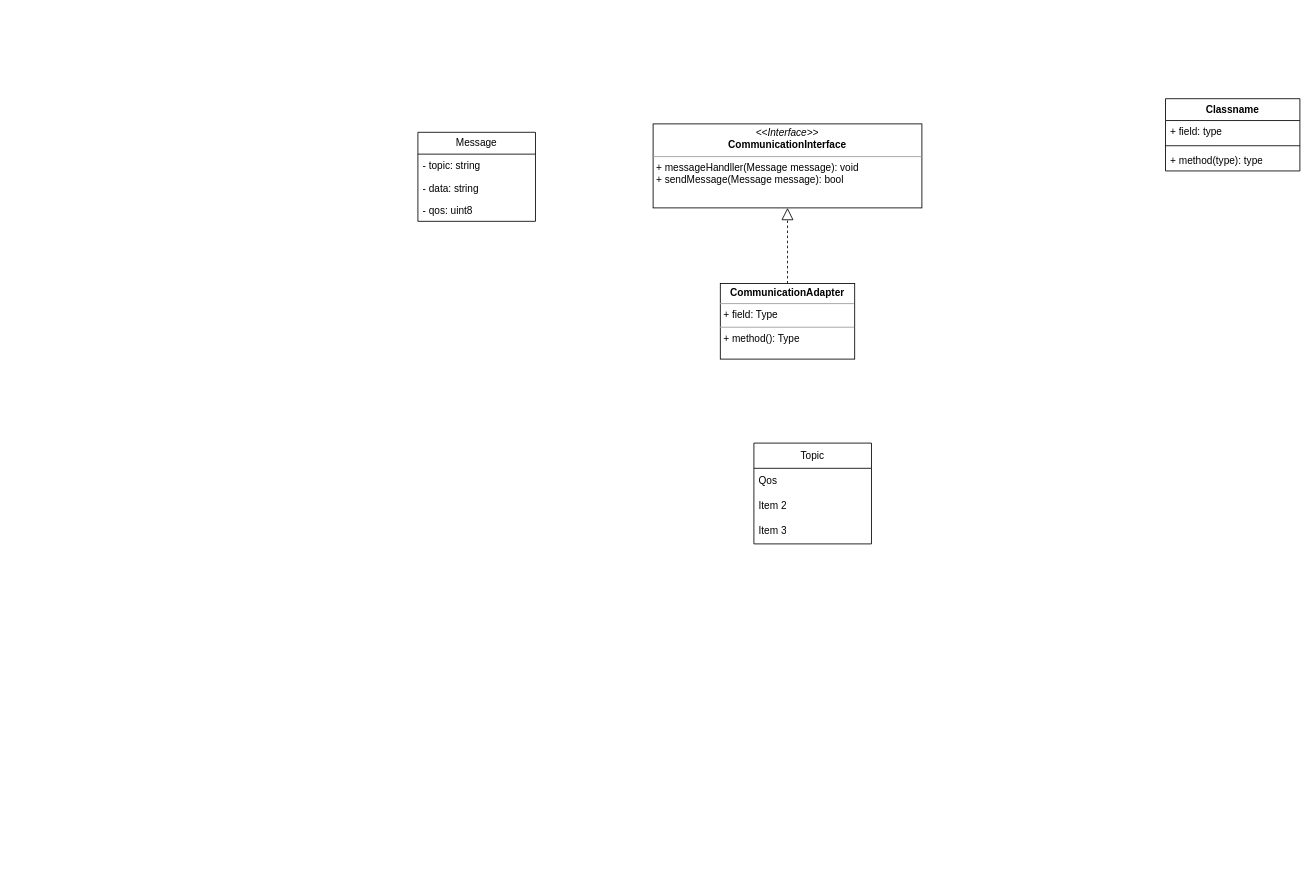
This is doc/communication.drawio from Diam2023/IOTServer, a draw.io file, before an edit. Source tidied: cells renumbered, new cells numbered last; positions are measured from the earlier drawing's top-left corner, leaving out a move shared by most shapes. Both pictures are drawn from the tidied source at 84%, with x=0, y=0 at pixel (417, 98).
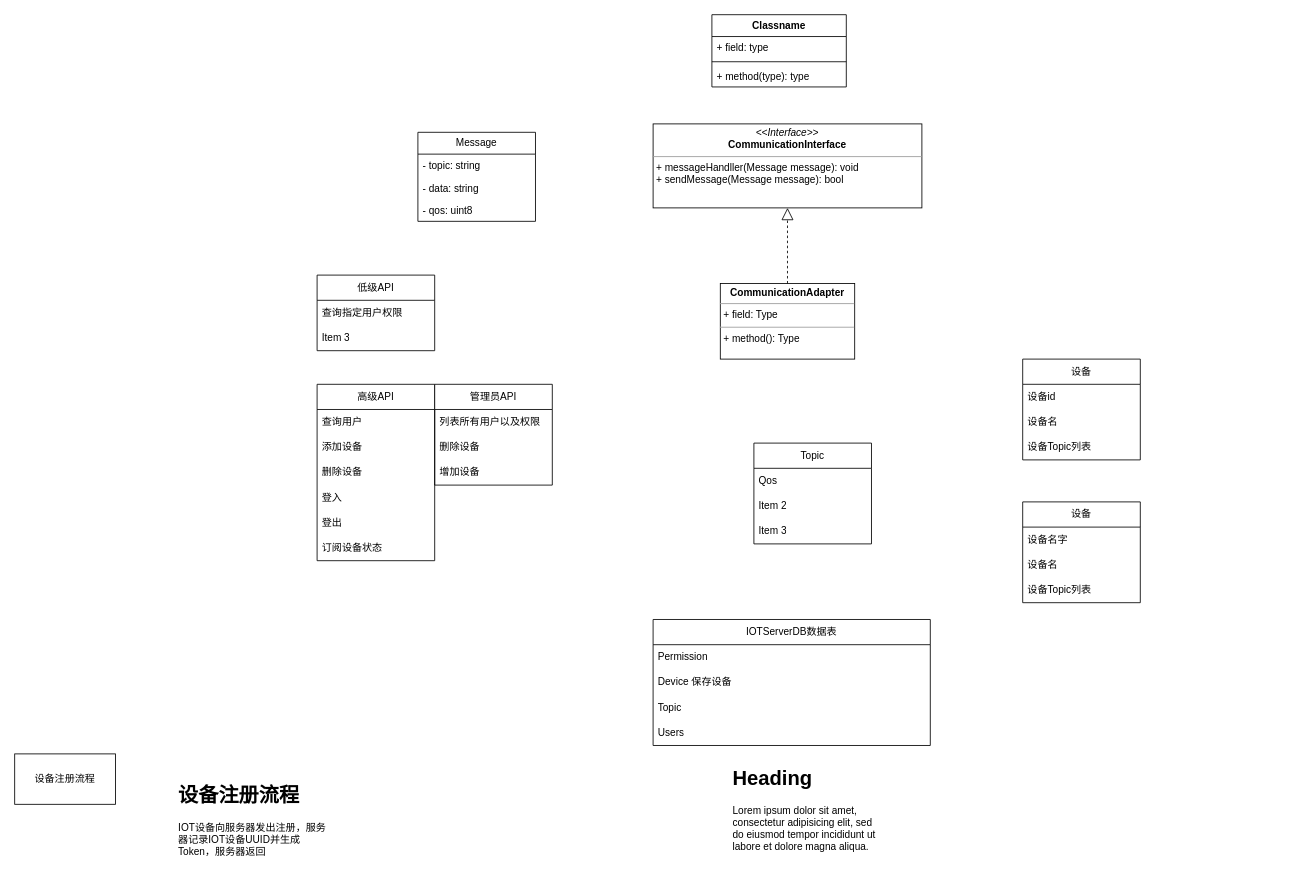
The same diagram, later.

What changed in the source:
```diff
@@
     <mxCell id="13" value="Classname" style="swimlane;fontStyle=1;align=center;verticalAlign=top;horizontal=1;startSize=26;whiteSpace=wrap;html=1;" parent="1" vertex="1">
-      <mxGeometry x="890" width="160" height="86" as="geometry" />
+      <mxGeometry x="350" y="-100" width="160" height="86" as="geometry" />
     </mxCell>
@@
+    <mxCell id="17" value="低级API" style="swimlane;fontStyle=0;horizontal=1;startSize=30;whiteSpace=wrap;html=1;" parent="1" vertex="1">
+      <mxGeometry x="-120" y="210" width="140" height="90" as="geometry" />
+    </mxCell>
+    <mxCell id="18" value="查询指定用户权限" style="text;strokeColor=none;fillColor=none;align=left;verticalAlign=middle;spacingLeft=4;spacingRight=4;overflow=hidden;whiteSpace=wrap;html=1;" parent="17" vertex="1">
+      <mxGeometry y="30" width="140" height="30" as="geometry" />
+    </mxCell>
+    <mxCell id="19" value="Item 3" style="text;strokeColor=none;fillColor=none;align=left;verticalAlign=middle;spacingLeft=4;spacingRight=4;overflow=hidden;whiteSpace=wrap;html=1;" parent="17" vertex="1">
+      <mxGeometry y="60" width="140" height="30" as="geometry" />
+    </mxCell>
+    <mxCell id="20" value="IOTServerDB数据表" style="swimlane;fontStyle=0;horizontal=1;startSize=30;whiteSpace=wrap;html=1;" parent="1" vertex="1">
+      <mxGeometry x="280" y="620" width="330" height="150" as="geometry" />
+    </mxCell>
+    <mxCell id="21" value="Permission" style="text;strokeColor=none;fillColor=none;align=left;verticalAlign=middle;spacingLeft=4;spacingRight=4;overflow=hidden;whiteSpace=wrap;html=1;" parent="20" vertex="1">
+      <mxGeometry y="30" width="330" height="30" as="geometry" />
+    </mxCell>
+    <mxCell id="22" value="Device 保存设备" style="text;strokeColor=none;fillColor=none;align=left;verticalAlign=middle;spacingLeft=4;spacingRight=4;overflow=hidden;whiteSpace=wrap;html=1;" parent="20" vertex="1">
+      <mxGeometry y="60" width="330" height="30" as="geometry" />
+    </mxCell>
+    <mxCell id="23" value="Topic" style="text;strokeColor=none;fillColor=none;align=left;verticalAlign=middle;spacingLeft=4;spacingRight=4;overflow=hidden;whiteSpace=wrap;html=1;" parent="20" vertex="1">
+      <mxGeometry y="90" width="330" height="30" as="geometry" />
+    </mxCell>
+    <mxCell id="24" value="Users" style="text;strokeColor=none;fillColor=none;align=left;verticalAlign=middle;spacingLeft=4;spacingRight=4;overflow=hidden;whiteSpace=wrap;html=1;" parent="20" vertex="1">
+      <mxGeometry y="120" width="330" height="30" as="geometry" />
+    </mxCell>
+    <mxCell id="25" value="&lt;h1&gt;Heading&lt;/h1&gt;&lt;p&gt;Lorem ipsum dolor sit amet, consectetur adipisicing elit, sed do eiusmod tempor incididunt ut labore et dolore magna aliqua.&lt;/p&gt;" style="text;html=1;strokeColor=none;fillColor=none;spacing=5;spacingTop=-20;whiteSpace=wrap;overflow=hidden;rounded=0;" parent="1" vertex="1">
+      <mxGeometry x="370" y="790" width="190" height="120" as="geometry" />
+    </mxCell>
+    <mxCell id="26" value="高级API" style="swimlane;fontStyle=0;horizontal=1;startSize=30;whiteSpace=wrap;html=1;" parent="1" vertex="1">
+      <mxGeometry x="-120" y="340" width="140" height="210" as="geometry" />
+    </mxCell>
+    <mxCell id="27" value="查询用户" style="text;strokeColor=none;fillColor=none;align=left;verticalAlign=middle;spacingLeft=4;spacingRight=4;overflow=hidden;whiteSpace=wrap;html=1;" parent="26" vertex="1">
+      <mxGeometry y="30" width="140" height="30" as="geometry" />
+    </mxCell>
+    <mxCell id="28" value="添加设备" style="text;strokeColor=none;fillColor=none;align=left;verticalAlign=middle;spacingLeft=4;spacingRight=4;overflow=hidden;whiteSpace=wrap;html=1;" parent="26" vertex="1">
+      <mxGeometry y="60" width="140" height="30" as="geometry" />
+    </mxCell>
+    <mxCell id="29" value="删除设备" style="text;strokeColor=none;fillColor=none;align=left;verticalAlign=middle;spacingLeft=4;spacingRight=4;overflow=hidden;whiteSpace=wrap;html=1;" parent="26" vertex="1">
+      <mxGeometry y="90" width="140" height="30" as="geometry" />
+    </mxCell>
+    <mxCell id="30" value="登入" style="text;strokeColor=none;fillColor=none;align=left;verticalAlign=middle;spacingLeft=4;spacingRight=4;overflow=hidden;whiteSpace=wrap;html=1;" parent="26" vertex="1">
+      <mxGeometry y="120" width="140" height="30" as="geometry" />
+    </mxCell>
+    <mxCell id="31" value="登出" style="text;strokeColor=none;fillColor=none;align=left;verticalAlign=middle;spacingLeft=4;spacingRight=4;overflow=hidden;whiteSpace=wrap;html=1;" parent="26" vertex="1">
+      <mxGeometry y="150" width="140" height="30" as="geometry" />
+    </mxCell>
+    <mxCell id="32" value="订阅设备状态" style="text;strokeColor=none;fillColor=none;align=left;verticalAlign=middle;spacingLeft=4;spacingRight=4;overflow=hidden;whiteSpace=wrap;html=1;" parent="26" vertex="1">
+      <mxGeometry y="180" width="140" height="30" as="geometry" />
+    </mxCell>
+    <mxCell id="33" value="设备" style="swimlane;fontStyle=0;horizontal=1;startSize=30;whiteSpace=wrap;html=1;" parent="1" vertex="1">
+      <mxGeometry x="720" y="310" width="140" height="120" as="geometry" />
+    </mxCell>
+    <mxCell id="34" value="设备id" style="text;strokeColor=none;fillColor=none;align=left;verticalAlign=middle;spacingLeft=4;spacingRight=4;overflow=hidden;whiteSpace=wrap;html=1;" parent="33" vertex="1">
+      <mxGeometry y="30" width="140" height="30" as="geometry" />
+    </mxCell>
+    <mxCell id="35" value="设备名" style="text;strokeColor=none;fillColor=none;align=left;verticalAlign=middle;spacingLeft=4;spacingRight=4;overflow=hidden;whiteSpace=wrap;html=1;" parent="33" vertex="1">
+      <mxGeometry y="60" width="140" height="30" as="geometry" />
+    </mxCell>
+    <mxCell id="36" value="设备Topic列表" style="text;strokeColor=none;fillColor=none;align=left;verticalAlign=middle;spacingLeft=4;spacingRight=4;overflow=hidden;whiteSpace=wrap;html=1;" parent="33" vertex="1">
+      <mxGeometry y="90" width="140" height="30" as="geometry" />
+    </mxCell>
+    <mxCell id="37" value="设备" style="swimlane;fontStyle=0;horizontal=1;startSize=30;whiteSpace=wrap;html=1;" parent="1" vertex="1">
+      <mxGeometry x="720" y="480" width="140" height="120" as="geometry" />
+    </mxCell>
+    <mxCell id="38" value="设备名字" style="text;strokeColor=none;fillColor=none;align=left;verticalAlign=middle;spacingLeft=4;spacingRight=4;overflow=hidden;whiteSpace=wrap;html=1;" parent="37" vertex="1">
+      <mxGeometry y="30" width="140" height="30" as="geometry" />
+    </mxCell>
+    <mxCell id="39" value="设备名" style="text;strokeColor=none;fillColor=none;align=left;verticalAlign=middle;spacingLeft=4;spacingRight=4;overflow=hidden;whiteSpace=wrap;html=1;" parent="37" vertex="1">
+      <mxGeometry y="60" width="140" height="30" as="geometry" />
+    </mxCell>
+    <mxCell id="40" value="设备Topic列表" style="text;strokeColor=none;fillColor=none;align=left;verticalAlign=middle;spacingLeft=4;spacingRight=4;overflow=hidden;whiteSpace=wrap;html=1;" parent="37" vertex="1">
+      <mxGeometry y="90" width="140" height="30" as="geometry" />
+    </mxCell>
+    <mxCell id="41" value="管理员API" style="swimlane;fontStyle=0;horizontal=1;startSize=30;whiteSpace=wrap;html=1;" parent="1" vertex="1">
+      <mxGeometry x="20" y="340" width="140" height="120" as="geometry" />
+    </mxCell>
+    <mxCell id="42" value="列表所有用户以及权限" style="text;strokeColor=none;fillColor=none;align=left;verticalAlign=middle;spacingLeft=4;spacingRight=4;overflow=hidden;whiteSpace=wrap;html=1;" parent="41" vertex="1">
+      <mxGeometry y="30" width="140" height="30" as="geometry" />
+    </mxCell>
+    <mxCell id="43" value="删除设备" style="text;strokeColor=none;fillColor=none;align=left;verticalAlign=middle;spacingLeft=4;spacingRight=4;overflow=hidden;whiteSpace=wrap;html=1;" parent="41" vertex="1">
+      <mxGeometry y="60" width="140" height="30" as="geometry" />
+    </mxCell>
+    <mxCell id="44" value="增加设备" style="text;strokeColor=none;fillColor=none;align=left;verticalAlign=middle;spacingLeft=4;spacingRight=4;overflow=hidden;whiteSpace=wrap;html=1;" parent="41" vertex="1">
+      <mxGeometry y="90" width="140" height="30" as="geometry" />
+    </mxCell>
+    <mxCell id="45" value="设备注册流程" style="rounded=0;whiteSpace=wrap;html=1;" parent="1" vertex="1">
+      <mxGeometry x="-480" y="780" width="120" height="60" as="geometry" />
+    </mxCell>
+    <mxCell id="46" value="&lt;h1&gt;设备注册流程&lt;/h1&gt;&lt;p&gt;IOT设备向服务器发出注册，服务器记录IOT设备UUID并生成Token，服务器返回&lt;/p&gt;" style="text;html=1;strokeColor=none;fillColor=none;spacing=5;spacingTop=-20;whiteSpace=wrap;overflow=hidden;rounded=0;" parent="1" vertex="1">
+      <mxGeometry x="-290" y="810" width="190" height="120" as="geometry" />
+    </mxCell>
```
